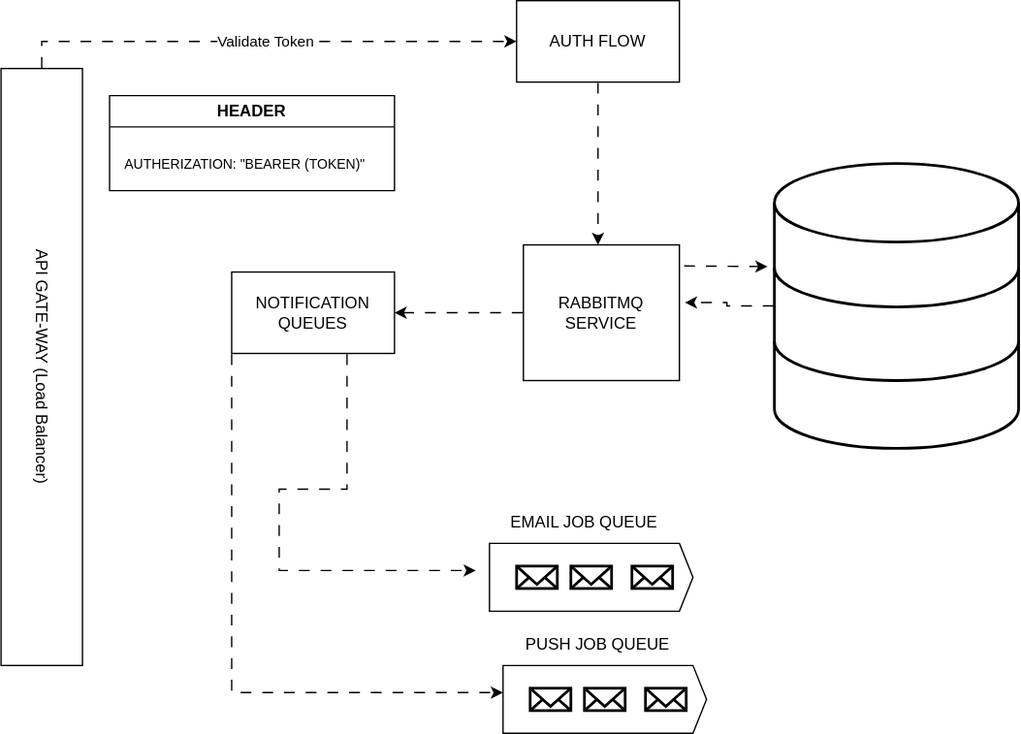
This is docs/system-architecture.drawio.svg from merytpeters/notification-system, a draw.io export, as it was before one commit. Source tidied: cells renumbered, new cells last; positions are measured from the earlier drawing's top-left corner, leaving out a move shared by most shapes.
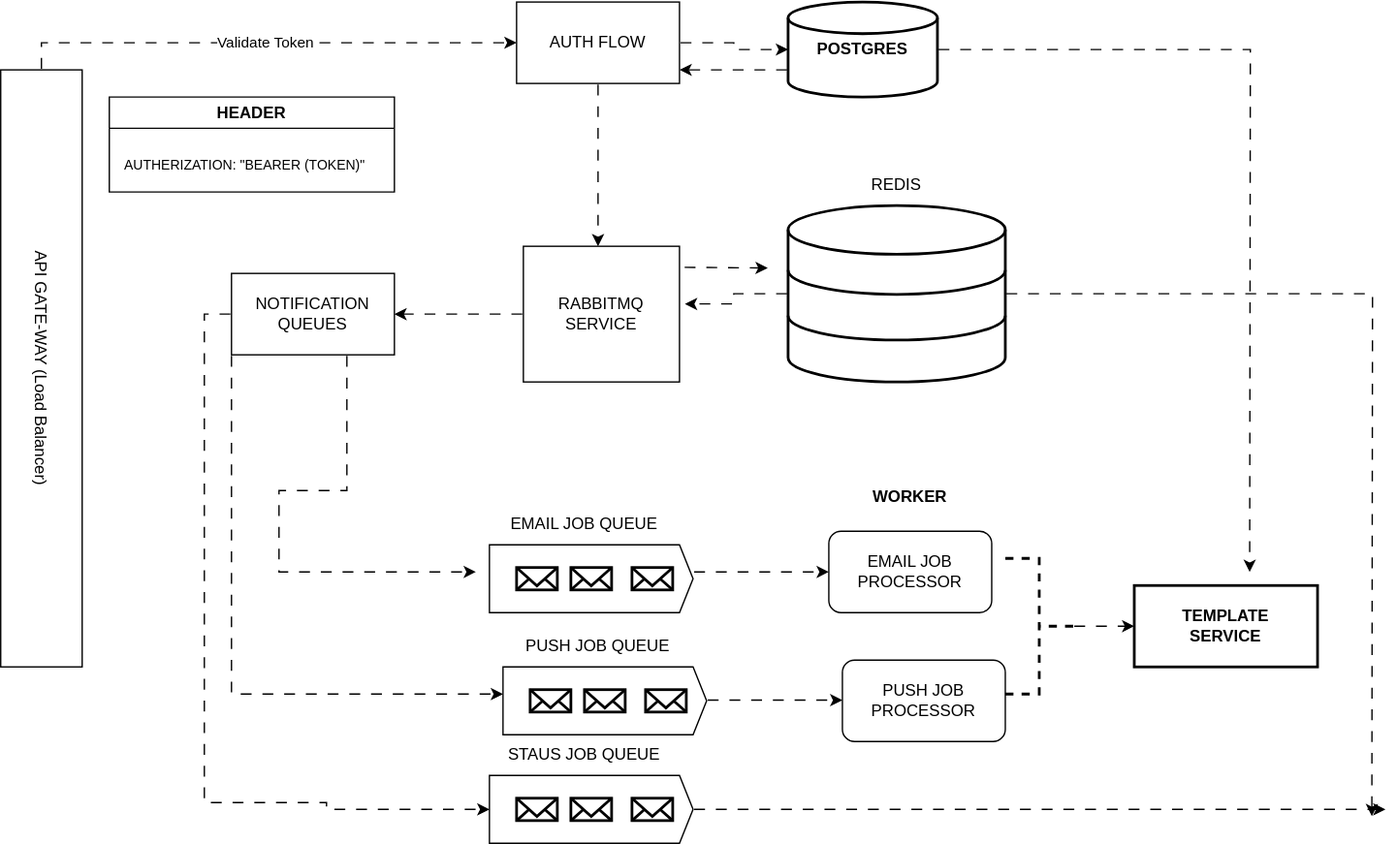
The same file after the commit.

Diff of the diagram source:
```diff
@@ -2,7 +2,10 @@
   <root>
     <mxCell id="0" style="backgroundColor=#000000;" />
     <mxCell id="1" parent="0" />
+    <mxCell id="28" style="group;" parent="1" vertex="1">
+      <mxGeometry y="-210" width="740" height="545" as="geometry" />
+    </mxCell>
-    <mxCell id="2" value="Validate Token" style="edgeStyle=orthogonalEdgeStyle;rounded=0;jettySize=auto;html=1;exitX=1;exitY=0.5;exitDx=0;exitDy=0;flowAnimation=1;" parent="1" edge="1" source="3">
+    <mxCell id="2" value="Validate Token" style="edgeStyle=orthogonalEdgeStyle;rounded=0;jettySize=auto;html=1;exitX=1;exitY=0.5;exitDx=0;exitDy=0;flowAnimation=1;" parent="28" edge="1" source="3">
       <mxGeometry relative="1" as="geometry">
         <mxPoint x="380" y="30" as="targetPoint" />
         <Array as="points">
@@ -11,99 +14,187 @@
         </Array>
       </mxGeometry>
     </mxCell>
-    <mxCell id="3" value="API GATE-WAY (Load Balancer)" style="rounded=0;whiteSpace=wrap;html=1;rotation=-180;direction=south;horizontal=0;verticalAlign=middle;" parent="1" vertex="1">
+    <mxCell id="3" value="API GATE-WAY (Load Balancer)" style="rounded=0;whiteSpace=wrap;html=1;rotation=-180;direction=south;horizontal=0;verticalAlign=middle;" parent="28" vertex="1">
       <mxGeometry y="50" width="60" height="440" as="geometry" />
     </mxCell>
-    <mxCell id="4" value="HEADER" style="swimlane;whiteSpace=wrap;html=1;" parent="1" vertex="1" collapsed="1">
+    <mxCell id="4" value="HEADER" style="swimlane;whiteSpace=wrap;html=1;" parent="28" vertex="1" collapsed="1">
       <mxGeometry x="80" y="70" width="210" height="70" as="geometry" />
     </mxCell>
-    <mxCell id="5" value="AUTHERIZATION: &quot;BEARER (TOKEN)&quot;" style="text;html=1;whiteSpace=wrap;strokeColor=none;fillColor=none;align=center;verticalAlign=middle;rounded=0;fontSize=10;" parent="1" vertex="1">
+    <mxCell id="5" value="AUTHERIZATION: &quot;BEARER (TOKEN)&quot;" style="text;html=1;whiteSpace=wrap;strokeColor=none;fillColor=none;align=center;verticalAlign=middle;rounded=0;fontSize=10;" parent="28" vertex="1">
       <mxGeometry x="90" y="110" width="180" height="20" as="geometry" />
     </mxCell>
-    <mxCell id="6" style="edgeStyle=orthogonalEdgeStyle;rounded=0;jettySize=auto;html=1;exitX=0.5;exitY=1;exitDx=0;exitDy=0;flowAnimation=1;" parent="1" edge="1" source="7">
-      <mxGeometry relative="1" as="geometry">
-        <mxPoint x="440" y="180" as="targetPoint" />
-      </mxGeometry>
-    </mxCell>
+    <mxCell id="29" style="edgeStyle=orthogonalEdgeStyle;rounded=0;jettySize=auto;html=1;exitX=0.5;exitY=1;exitDx=0;exitDy=0;flowAnimation=1;" parent="28" edge="1" source="7">
+      <mxGeometry relative="1" as="geometry">
+        <mxPoint x="440" y="180" as="targetPoint" />
+      </mxGeometry>
+    </mxCell>
+    <mxCell id="30" style="edgeStyle=orthogonalEdgeStyle;rounded=0;jettySize=auto;html=1;flowAnimation=1;" parent="28" edge="1" source="7" target="49">
+      <mxGeometry relative="1" as="geometry" />
+    </mxCell>
-    <mxCell id="7" value="AUTH FLOW" style="rounded=0;whiteSpace=wrap;html=1;" parent="1" vertex="1">
+    <mxCell id="7" value="AUTH FLOW" style="rounded=0;whiteSpace=wrap;html=1;" parent="28" vertex="1">
       <mxGeometry x="380" width="120" height="60" as="geometry" />
     </mxCell>
-    <mxCell id="8" style="edgeStyle=orthogonalEdgeStyle;rounded=0;jettySize=auto;html=1;exitX=0;exitY=0.5;exitDx=0;exitDy=0;flowAnimation=1;" parent="1" edge="1" source="9">
-      <mxGeometry relative="1" as="geometry">
-        <mxPoint x="290" y="230" as="targetPoint" />
-      </mxGeometry>
-    </mxCell>
+    <mxCell id="31" style="edgeStyle=orthogonalEdgeStyle;rounded=0;jettySize=auto;html=1;exitX=0;exitY=0.5;exitDx=0;exitDy=0;flowAnimation=1;" parent="28" edge="1" source="9">
+      <mxGeometry relative="1" as="geometry">
+        <mxPoint x="290" y="230" as="targetPoint" />
+      </mxGeometry>
+    </mxCell>
-    <mxCell id="9" value="RABBITMQ&lt;div&gt;SERVICE&lt;/div&gt;" style="rounded=0;whiteSpace=wrap;html=1;" parent="1" vertex="1">
+    <mxCell id="9" value="RABBITMQ&lt;div&gt;SERVICE&lt;/div&gt;" style="rounded=0;whiteSpace=wrap;html=1;" parent="28" vertex="1">
       <mxGeometry x="385" y="180" width="115" height="100" as="geometry" />
     </mxCell>
-    <mxCell id="10" style="edgeStyle=orthogonalEdgeStyle;rounded=0;orthogonalLoop=1;jettySize=auto;html=1;exitX=0.5;exitY=1;exitDx=0;exitDy=0;flowAnimation=1;" parent="1" edge="1">
-      <mxGeometry relative="1" as="geometry">
-        <mxPoint x="255" y="260" as="sourcePoint" />
-        <mxPoint x="350" y="420" as="targetPoint" />
-        <Array as="points">
-          <mxPoint x="255" y="360" />
-          <mxPoint x="205" y="360" />
-          <mxPoint x="205" y="420" />
-        </Array>
-      </mxGeometry>
-    </mxCell>
-    <mxCell id="11" style="edgeStyle=orthogonalEdgeStyle;rounded=0;jettySize=auto;html=1;exitX=0;exitY=1;exitDx=0;exitDy=0;flowAnimation=1;" parent="1" edge="1" source="12">
-      <mxGeometry relative="1" as="geometry">
-        <mxPoint x="370" y="510" as="targetPoint" />
-        <Array as="points">
-          <mxPoint x="170" y="510" />
-        </Array>
-      </mxGeometry>
-    </mxCell>
+    <mxCell id="32" style="edgeStyle=orthogonalEdgeStyle;rounded=0;orthogonalLoop=1;jettySize=auto;html=1;exitX=0.5;exitY=1;exitDx=0;exitDy=0;flowAnimation=1;" parent="28" edge="1">
+      <mxGeometry relative="1" as="geometry">
+        <mxPoint x="255" y="260" as="sourcePoint" />
+        <mxPoint x="350" y="420" as="targetPoint" />
+        <Array as="points">
+          <mxPoint x="255" y="360" />
+          <mxPoint x="205" y="360" />
+          <mxPoint x="205" y="420" />
+        </Array>
+      </mxGeometry>
+    </mxCell>
+    <mxCell id="33" style="edgeStyle=orthogonalEdgeStyle;rounded=0;jettySize=auto;html=1;exitX=0;exitY=1;exitDx=0;exitDy=0;flowAnimation=1;" parent="28" edge="1" source="12">
+      <mxGeometry relative="1" as="geometry">
+        <mxPoint x="370" y="510" as="targetPoint" />
+        <Array as="points">
+          <mxPoint x="170" y="510" />
+        </Array>
+      </mxGeometry>
+    </mxCell>
-    <mxCell id="12" value="NOTIFICATION&amp;nbsp;&lt;div&gt;QUEUES&lt;/div&gt;" style="rounded=0;whiteSpace=wrap;html=1;" parent="1" vertex="1">
+    <mxCell id="12" value="NOTIFICATION&amp;nbsp;&lt;div&gt;QUEUES&lt;/div&gt;" style="rounded=0;whiteSpace=wrap;html=1;" parent="28" vertex="1">
       <mxGeometry x="170" y="200" width="120" height="60" as="geometry" />
     </mxCell>
-    <mxCell id="13" value="EMAIL JOB QUEUE" style="text;html=1;whiteSpace=wrap;strokeColor=none;fillColor=none;align=center;verticalAlign=middle;rounded=0;" parent="1" vertex="1">
+    <mxCell id="13" value="EMAIL JOB QUEUE" style="text;html=1;whiteSpace=wrap;strokeColor=none;fillColor=none;align=center;verticalAlign=middle;rounded=0;" parent="28" vertex="1">
       <mxGeometry x="360" y="370" width="140" height="30" as="geometry" />
     </mxCell>
-    <mxCell id="14" style="group;" parent="1" vertex="1">
-      <mxGeometry x="360" y="400" width="150" height="50" as="geometry" />
-    </mxCell>
-    <mxCell id="15" style="html=1;shadow=0;dashed=0;align=center;verticalAlign=middle;shape=mxgraph.arrows2.arrow;dy=0;dx=10;notch=0;" parent="14" vertex="1">
-      <mxGeometry width="150" height="50" as="geometry" />
-    </mxCell>
-    <mxCell id="16" style="html=1;verticalLabelPosition=bottom;align=center;labelBackgroundColor=#ffffff;verticalAlign=top;strokeWidth=2;shadow=0;dashed=0;shape=mxgraph.ios7.icons.mail;fillColor=none;" parent="14" vertex="1">
-      <mxGeometry x="20" y="16.8" width="30" height="16.5" as="geometry" />
-    </mxCell>
-    <mxCell id="17" style="html=1;verticalLabelPosition=bottom;align=center;labelBackgroundColor=#ffffff;verticalAlign=top;strokeWidth=2;shadow=0;dashed=0;shape=mxgraph.ios7.icons.mail;fillColor=none;" parent="14" vertex="1">
-      <mxGeometry x="105" y="16.8" width="30" height="16.5" as="geometry" />
-    </mxCell>
-    <mxCell id="18" style="html=1;verticalLabelPosition=bottom;align=center;labelBackgroundColor=#ffffff;verticalAlign=top;strokeWidth=2;shadow=0;dashed=0;shape=mxgraph.ios7.icons.mail;fillColor=none;" parent="14" vertex="1">
-      <mxGeometry x="60" y="16.8" width="30" height="16.5" as="geometry" />
-    </mxCell>
-    <mxCell id="19" style="group;" parent="1" vertex="1">
-      <mxGeometry x="370" y="490" width="150" height="50" as="geometry" />
-    </mxCell>
-    <mxCell id="20" style="html=1;shadow=0;dashed=0;align=center;verticalAlign=middle;shape=mxgraph.arrows2.arrow;dy=0;dx=10;notch=0;" parent="19" vertex="1">
-      <mxGeometry width="150" height="50" as="geometry" />
-    </mxCell>
-    <mxCell id="21" style="html=1;verticalLabelPosition=bottom;align=center;labelBackgroundColor=#ffffff;verticalAlign=top;strokeWidth=2;shadow=0;dashed=0;shape=mxgraph.ios7.icons.mail;fillColor=none;" parent="19" vertex="1">
-      <mxGeometry x="20" y="16.8" width="30" height="16.5" as="geometry" />
-    </mxCell>
-    <mxCell id="22" style="html=1;verticalLabelPosition=bottom;align=center;labelBackgroundColor=#ffffff;verticalAlign=top;strokeWidth=2;shadow=0;dashed=0;shape=mxgraph.ios7.icons.mail;fillColor=none;" parent="19" vertex="1">
-      <mxGeometry x="105" y="16.8" width="30" height="16.5" as="geometry" />
-    </mxCell>
-    <mxCell id="23" style="html=1;verticalLabelPosition=bottom;align=center;labelBackgroundColor=#ffffff;verticalAlign=top;strokeWidth=2;shadow=0;dashed=0;shape=mxgraph.ios7.icons.mail;fillColor=none;" parent="19" vertex="1">
-      <mxGeometry x="60" y="16.8" width="30" height="16.5" as="geometry" />
-    </mxCell>
+    <mxCell id="34" style="group;" parent="28" vertex="1">
+      <mxGeometry x="360" y="400" width="150" height="50" as="geometry" />
+    </mxCell>
+    <mxCell id="35" style="html=1;shadow=0;dashed=0;align=center;verticalAlign=middle;shape=mxgraph.arrows2.arrow;dy=0;dx=10;notch=0;" parent="34" vertex="1">
+      <mxGeometry width="150" height="50" as="geometry" />
+    </mxCell>
+    <mxCell id="36" style="html=1;verticalLabelPosition=bottom;align=center;labelBackgroundColor=#ffffff;verticalAlign=top;strokeWidth=2;shadow=0;dashed=0;shape=mxgraph.ios7.icons.mail;fillColor=none;" parent="34" vertex="1">
+      <mxGeometry x="20" y="16.8" width="30" height="16.5" as="geometry" />
+    </mxCell>
+    <mxCell id="37" style="html=1;verticalLabelPosition=bottom;align=center;labelBackgroundColor=#ffffff;verticalAlign=top;strokeWidth=2;shadow=0;dashed=0;shape=mxgraph.ios7.icons.mail;fillColor=none;" parent="34" vertex="1">
+      <mxGeometry x="105" y="16.8" width="30" height="16.5" as="geometry" />
+    </mxCell>
+    <mxCell id="38" style="html=1;verticalLabelPosition=bottom;align=center;labelBackgroundColor=#ffffff;verticalAlign=top;strokeWidth=2;shadow=0;dashed=0;shape=mxgraph.ios7.icons.mail;fillColor=none;" parent="34" vertex="1">
+      <mxGeometry x="60" y="16.8" width="30" height="16.5" as="geometry" />
+    </mxCell>
+    <mxCell id="39" style="group;" parent="28" vertex="1">
+      <mxGeometry x="370" y="490" width="150" height="50" as="geometry" />
+    </mxCell>
+    <mxCell id="40" style="html=1;shadow=0;dashed=0;align=center;verticalAlign=middle;shape=mxgraph.arrows2.arrow;dy=0;dx=10;notch=0;" parent="39" vertex="1">
+      <mxGeometry width="150" height="50" as="geometry" />
+    </mxCell>
+    <mxCell id="41" style="html=1;verticalLabelPosition=bottom;align=center;labelBackgroundColor=#ffffff;verticalAlign=top;strokeWidth=2;shadow=0;dashed=0;shape=mxgraph.ios7.icons.mail;fillColor=none;" parent="39" vertex="1">
+      <mxGeometry x="20" y="16.8" width="30" height="16.5" as="geometry" />
+    </mxCell>
+    <mxCell id="42" style="html=1;verticalLabelPosition=bottom;align=center;labelBackgroundColor=#ffffff;verticalAlign=top;strokeWidth=2;shadow=0;dashed=0;shape=mxgraph.ios7.icons.mail;fillColor=none;" parent="39" vertex="1">
+      <mxGeometry x="105" y="16.8" width="30" height="16.5" as="geometry" />
+    </mxCell>
+    <mxCell id="43" style="html=1;verticalLabelPosition=bottom;align=center;labelBackgroundColor=#ffffff;verticalAlign=top;strokeWidth=2;shadow=0;dashed=0;shape=mxgraph.ios7.icons.mail;fillColor=none;" parent="39" vertex="1">
+      <mxGeometry x="60" y="16.8" width="30" height="16.5" as="geometry" />
+    </mxCell>
-    <mxCell id="24" value="PUSH JOB QUEUE" style="text;html=1;whiteSpace=wrap;strokeColor=none;fillColor=none;align=center;verticalAlign=middle;rounded=0;" parent="1" vertex="1">
+    <mxCell id="24" value="PUSH JOB QUEUE" style="text;html=1;whiteSpace=wrap;strokeColor=none;fillColor=none;align=center;verticalAlign=middle;rounded=0;" parent="28" vertex="1">
       <mxGeometry x="370" y="460" width="140" height="30" as="geometry" />
     </mxCell>
-    <mxCell id="25" style="html=1;verticalLabelPosition=bottom;align=center;labelBackgroundColor=#ffffff;verticalAlign=top;strokeWidth=2;shadow=0;dashed=0;shape=mxgraph.ios7.icons.data;fillColor=none;" parent="1" vertex="1">
-      <mxGeometry x="570" y="120" width="180" height="210" as="geometry" />
-    </mxCell>
-    <mxCell id="26" style="edgeStyle=orthogonalEdgeStyle;rounded=0;jettySize=auto;html=1;entryX=1.035;entryY=0.425;entryDx=0;entryDy=0;entryPerimeter=0;flowAnimation=1;" parent="1" edge="1" source="25" target="9">
-      <mxGeometry relative="1" as="geometry" />
-    </mxCell>
-    <mxCell id="27" style="endArrow=classic;html=1;rounded=0;exitX=1.026;exitY=0.155;exitDx=0;exitDy=0;exitPerimeter=0;flowAnimation=1;" parent="1" edge="1" source="9">
-      <mxGeometry relative="1" as="geometry">
-        <mxPoint x="565" y="196" as="targetPoint" />
-      </mxGeometry>
-    </mxCell>
+    <mxCell id="44" style="edgeStyle=orthogonalEdgeStyle;rounded=0;jettySize=auto;html=1;flowAnimation=1;" parent="28" edge="1" source="45">
+      <mxGeometry relative="1" as="geometry">
+        <mxPoint x="1010" y="600" as="targetPoint" />
+      </mxGeometry>
+    </mxCell>
+    <mxCell id="45" style="html=1;verticalLabelPosition=bottom;align=center;labelBackgroundColor=#ffffff;verticalAlign=top;strokeWidth=2;shadow=0;dashed=0;shape=mxgraph.ios7.icons.data;fillColor=none;" parent="28" vertex="1">
+      <mxGeometry x="580" y="150" width="160" height="130" as="geometry" />
+    </mxCell>
+    <mxCell id="46" style="edgeStyle=orthogonalEdgeStyle;rounded=0;jettySize=auto;html=1;entryX=1.035;entryY=0.425;entryDx=0;entryDy=0;entryPerimeter=0;flowAnimation=1;" parent="28" edge="1" source="45" target="9">
+      <mxGeometry relative="1" as="geometry" />
+    </mxCell>
+    <mxCell id="47" style="endArrow=classic;html=1;rounded=0;exitX=1.026;exitY=0.155;exitDx=0;exitDy=0;exitPerimeter=0;flowAnimation=1;" parent="28" edge="1" source="9">
+      <mxGeometry relative="1" as="geometry">
+        <mxPoint x="565" y="196" as="targetPoint" />
+      </mxGeometry>
+    </mxCell>
+    <mxCell id="48" style="edgeStyle=orthogonalEdgeStyle;rounded=0;jettySize=auto;html=1;flowAnimation=1;" parent="28" edge="1" source="49">
+      <mxGeometry relative="1" as="geometry">
+        <mxPoint x="920" y="420" as="targetPoint" />
+      </mxGeometry>
+    </mxCell>
+    <mxCell id="49" value="&lt;b&gt;POSTGRES&lt;/b&gt;" style="strokeWidth=2;html=1;shape=mxgraph.flowchart.database;whiteSpace=wrap;labelPosition=center;verticalLabelPosition=middle;align=center;verticalAlign=middle;" parent="28" vertex="1">
+      <mxGeometry x="580" width="110" height="70" as="geometry" />
+    </mxCell>
+    <mxCell id="50" style="edgeStyle=orthogonalEdgeStyle;rounded=0;orthogonalLoop=1;jettySize=auto;html=1;flowAnimation=1;" parent="28" edge="1">
+      <mxGeometry relative="1" as="geometry">
+        <mxPoint x="580" y="50" as="sourcePoint" />
+        <mxPoint x="500" y="50" as="targetPoint" />
+      </mxGeometry>
+    </mxCell>
+    <mxCell id="51" value="REDIS" style="text;html=1;whiteSpace=wrap;strokeColor=none;fillColor=none;align=center;verticalAlign=middle;rounded=0;" parent="28" vertex="1">
+      <mxGeometry x="615" y="120" width="90" height="30" as="geometry" />
+    </mxCell>
+    <mxCell id="52" style="endArrow=classic;html=1;rounded=0;flowAnimation=1;" parent="28" edge="1">
+      <mxGeometry relative="1" as="geometry">
+        <mxPoint x="510" y="420" as="sourcePoint" />
+        <mxPoint x="610" y="420" as="targetPoint" />
+      </mxGeometry>
+    </mxCell>
+    <mxCell id="53" value="EMAIL JOB PROCESSOR" style="rounded=1;whiteSpace=wrap;html=1;" parent="28" vertex="1">
+      <mxGeometry x="610" y="390" width="120" height="60" as="geometry" />
+    </mxCell>
+    <mxCell id="54" value="PUSH JOB PROCESSOR" style="rounded=1;whiteSpace=wrap;html=1;" parent="28" vertex="1">
+      <mxGeometry x="620" y="485" width="120" height="60" as="geometry" />
+    </mxCell>
+    <mxCell id="55" style="endArrow=classic;html=1;rounded=0;flowAnimation=1;" parent="28" edge="1">
+      <mxGeometry relative="1" as="geometry">
+        <mxPoint x="520" y="514.5" as="sourcePoint" />
+        <mxPoint x="620" y="514.5" as="targetPoint" />
+      </mxGeometry>
+    </mxCell>
+    <mxCell id="56" value="&lt;b&gt;WORKER&lt;/b&gt;" style="text;html=1;whiteSpace=wrap;strokeColor=none;fillColor=none;align=center;verticalAlign=middle;rounded=0;" parent="1" vertex="1">
+      <mxGeometry x="610" y="140" width="120" height="30" as="geometry" />
+    </mxCell>
+    <mxCell id="57" style="edgeStyle=orthogonalEdgeStyle;rounded=0;jettySize=auto;html=1;flowAnimation=1;" parent="1" edge="1" source="58" target="59">
+      <mxGeometry relative="1" as="geometry" />
+    </mxCell>
+    <mxCell id="58" style="strokeWidth=2;html=1;shape=mxgraph.flowchart.annotation_2;align=left;labelPosition=right;rotation=-180;shadow=0;dashed=1;" parent="1" vertex="1">
+      <mxGeometry x="740" y="200" width="50" height="100" as="geometry" />
+    </mxCell>
+    <mxCell id="59" value="&lt;b&gt;TEMPLATE&amp;nbsp;&lt;/b&gt;&lt;div&gt;&lt;b&gt;SERVICE&lt;/b&gt;&lt;/div&gt;" style="whiteSpace=wrap;html=1;align=center;strokeWidth=2;" parent="1" vertex="1">
+      <mxGeometry x="835" y="220" width="135" height="60" as="geometry" />
+    </mxCell>
+    <mxCell id="60" style="group;" parent="1" vertex="1">
+      <mxGeometry x="360" y="360" width="150" height="50" as="geometry" />
+    </mxCell>
+    <mxCell id="61" style="edgeStyle=orthogonalEdgeStyle;rounded=0;jettySize=auto;html=1;flowAnimation=1;" parent="60" edge="1" source="62">
+      <mxGeometry relative="1" as="geometry">
+        <mxPoint x="660" y="25" as="targetPoint" />
+      </mxGeometry>
+    </mxCell>
+    <mxCell id="62" style="html=1;shadow=0;dashed=0;align=center;verticalAlign=middle;shape=mxgraph.arrows2.arrow;dy=0;dx=10;notch=0;" parent="60" vertex="1">
+      <mxGeometry width="150" height="50" as="geometry" />
+    </mxCell>
+    <mxCell id="63" style="html=1;verticalLabelPosition=bottom;align=center;labelBackgroundColor=#ffffff;verticalAlign=top;strokeWidth=2;shadow=0;dashed=0;shape=mxgraph.ios7.icons.mail;fillColor=none;" parent="60" vertex="1">
+      <mxGeometry x="20" y="16.8" width="30" height="16.5" as="geometry" />
+    </mxCell>
+    <mxCell id="64" style="html=1;verticalLabelPosition=bottom;align=center;labelBackgroundColor=#ffffff;verticalAlign=top;strokeWidth=2;shadow=0;dashed=0;shape=mxgraph.ios7.icons.mail;fillColor=none;" parent="60" vertex="1">
+      <mxGeometry x="105" y="16.8" width="30" height="16.5" as="geometry" />
+    </mxCell>
+    <mxCell id="65" style="html=1;verticalLabelPosition=bottom;align=center;labelBackgroundColor=#ffffff;verticalAlign=top;strokeWidth=2;shadow=0;dashed=0;shape=mxgraph.ios7.icons.mail;fillColor=none;" parent="60" vertex="1">
+      <mxGeometry x="60" y="16.8" width="30" height="16.5" as="geometry" />
+    </mxCell>
+    <mxCell id="66" style="edgeStyle=orthogonalEdgeStyle;rounded=0;jettySize=auto;html=1;exitX=0;exitY=0.5;exitDx=0;exitDy=0;flowAnimation=1;entryX=0;entryY=0.5;entryDx=0;entryDy=0;entryPerimeter=0;" parent="1" edge="1" source="12" target="62">
+      <mxGeometry relative="1" as="geometry">
+        <Array as="points">
+          <mxPoint x="150" y="20" />
+          <mxPoint x="150" y="380" />
+          <mxPoint x="240" y="380" />
+          <mxPoint x="240" y="385" />
+        </Array>
+      </mxGeometry>
+    </mxCell>
+    <mxCell id="67" value="STAUS JOB QUEUE" style="text;html=1;whiteSpace=wrap;strokeColor=none;fillColor=none;align=center;verticalAlign=middle;rounded=0;" parent="1" vertex="1">
+      <mxGeometry x="360" y="330" width="140" height="30" as="geometry" />
+    </mxCell>
   </root>
 </mxGraphModel>
```
